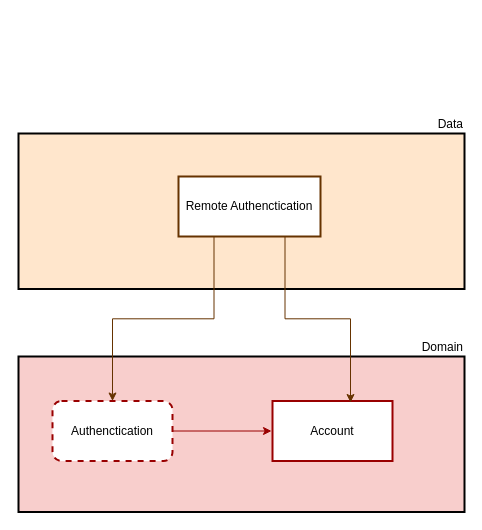
Before: requirements/Untitled Diagram.drawio in maurojohann/Flutter-TDD-CleanArchitecture, a draw.io diagram. Source tidied: cells renumbered, new cells numbered last; positions are measured from the earlier drawing's top-left corner, leaving out a move shared by most shapes. Both pictures are drawn from the tidied source at 100%, with x=0, y=0 at pixel (18, 133).
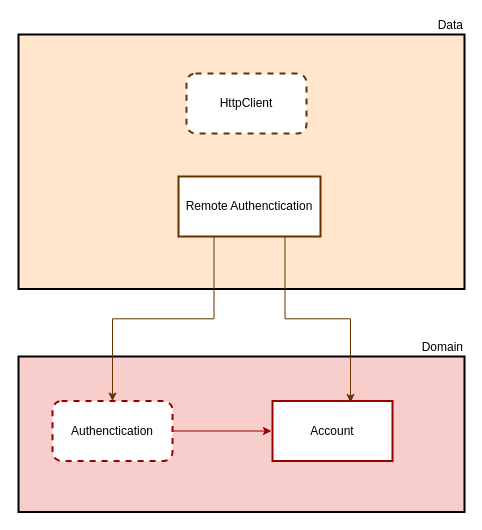
The same page after the edit.

What changed in the source:
```diff
@@
 <mxGraphModel>
   <root>
     <mxCell id="0" />
     <mxCell id="1" parent="0" />
     <mxCell id="2" value="Domain" style="verticalLabelPosition=top;verticalAlign=bottom;html=1;shape=mxgraph.basic.rect;fillColor2=none;strokeWidth=2;size=20;indent=5;fillColor=#f8cecc;align=right;labelPosition=center;" parent="1" vertex="1">
       <mxGeometry y="223" width="446" height="155.5" as="geometry" />
     </mxCell>
     <mxCell id="3" value="Authenctication" style="whiteSpace=wrap;html=1;dashed=1;glass=0;strokeWidth=2;perimeterSpacing=0;labelBorderColor=none;labelBackgroundColor=none;strokeColor=#990000;rounded=1;" parent="1" vertex="1">
       <mxGeometry x="34" y="267.5" width="120" height="60" as="geometry" />
     </mxCell>
     <mxCell id="4" value="Account" style="whiteSpace=wrap;html=1;glass=0;strokeWidth=2;perimeterSpacing=0;labelBorderColor=none;labelBackgroundColor=none;strokeColor=#990000;" parent="1" vertex="1">
       <mxGeometry x="254" y="267.5" width="120" height="60" as="geometry" />
     </mxCell>
     <mxCell id="5" style="endArrow=classic;html=1;exitX=1;exitY=0.5;exitDx=0;exitDy=0;strokeColor=#990000;" parent="1" edge="1" source="3">
       <mxGeometry relative="1" as="geometry">
         <mxPoint x="253" y="297.5" as="targetPoint" />
       </mxGeometry>
     </mxCell>
     <mxCell id="6" value="Data" style="verticalLabelPosition=top;verticalAlign=bottom;html=1;shape=mxgraph.basic.rect;fillColor2=none;strokeWidth=2;size=20;indent=5;align=right;labelPosition=center;fillColor=#FFE6CC;" parent="1" vertex="1">
-      <mxGeometry width="446" height="155.5" as="geometry" />
+      <mxGeometry y="-99" width="446" height="254.5" as="geometry" />
     </mxCell>
     <mxCell id="7" style="edgeStyle=orthogonalEdgeStyle;rounded=0;jettySize=auto;html=1;exitX=0.25;exitY=1;exitDx=0;exitDy=0;entryX=0.5;entryY=0;entryDx=0;entryDy=0;strokeColor=#663300;" parent="1" edge="1" source="9" target="3">
       <mxGeometry relative="1" as="geometry" />
     </mxCell>
     <mxCell id="8" style="edgeStyle=orthogonalEdgeStyle;rounded=0;jettySize=auto;html=1;exitX=0.75;exitY=1;exitDx=0;exitDy=0;entryX=0.65;entryY=0.025;entryDx=0;entryDy=0;entryPerimeter=0;strokeColor=#663300;" parent="1" edge="1" source="9" target="4">
       <mxGeometry relative="1" as="geometry" />
     </mxCell>
     <mxCell id="9" value="Remote Authenctication" style="whiteSpace=wrap;html=1;glass=0;strokeWidth=2;perimeterSpacing=0;labelBorderColor=none;labelBackgroundColor=none;rounded=0;strokeColor=#663300;" parent="1" vertex="1">
       <mxGeometry x="160" y="43" width="142" height="60" as="geometry" />
     </mxCell>
+    <mxCell id="10" value="HttpClient" style="whiteSpace=wrap;html=1;dashed=1;glass=0;strokeWidth=2;perimeterSpacing=0;labelBorderColor=none;labelBackgroundColor=none;rounded=1;strokeColor=#663300;" parent="1" vertex="1">
+      <mxGeometry x="168" y="-60" width="120" height="60" as="geometry" />
+    </mxCell>
   </root>
 </mxGraphModel>
```
